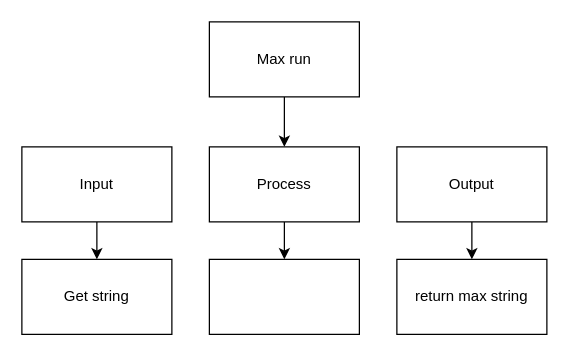
Before: top.drawio in lily-liu-17/ics4u-assignment2-typescript, a draw.io diagram. Source tidied: cells renumbered, new cells numbered last; positions are measured from the earlier drawing's top-left corner, leaving out a move shared by most shapes. Both pictures are drawn from the tidied source at 125%, with x=0, y=0 at pixel (21, 21).
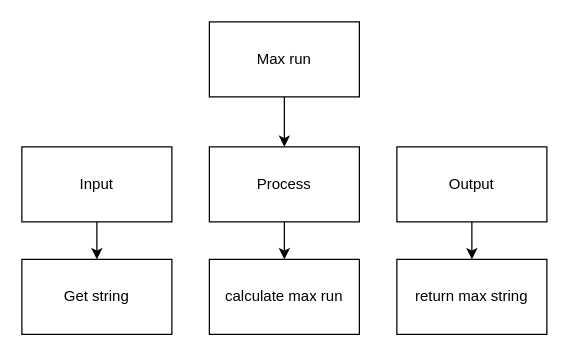
After the change.

The edit, as a diff of the source:
```diff
@@
 <mxGraphModel>
   <root>
     <mxCell id="0" />
     <mxCell id="1" parent="0" />
     <mxCell id="2" style="edgeStyle=none;html=1;" parent="1" edge="1" source="3" target="9">
       <mxGeometry relative="1" as="geometry" />
     </mxCell>
     <mxCell id="3" value="Max run" style="rounded=0;whiteSpace=wrap;html=1;" parent="1" vertex="1">
       <mxGeometry x="150" width="120" height="60" as="geometry" />
     </mxCell>
     <mxCell id="4" style="edgeStyle=none;html=1;" parent="1" edge="1" source="5" target="10">
       <mxGeometry relative="1" as="geometry" />
     </mxCell>
     <mxCell id="5" value="Input" style="rounded=0;whiteSpace=wrap;html=1;" parent="1" vertex="1">
       <mxGeometry y="100" width="120" height="60" as="geometry" />
     </mxCell>
     <mxCell id="6" style="edgeStyle=none;html=1;" parent="1" edge="1" source="7" target="11">
       <mxGeometry relative="1" as="geometry" />
     </mxCell>
     <mxCell id="7" value="Output" style="rounded=0;whiteSpace=wrap;html=1;" parent="1" vertex="1">
       <mxGeometry x="300" y="100" width="120" height="60" as="geometry" />
     </mxCell>
     <mxCell id="8" style="edgeStyle=none;html=1;" parent="1" edge="1" source="9" target="12">
       <mxGeometry relative="1" as="geometry" />
     </mxCell>
     <mxCell id="9" value="Process" style="rounded=0;whiteSpace=wrap;html=1;" parent="1" vertex="1">
       <mxGeometry x="150" y="100" width="120" height="60" as="geometry" />
     </mxCell>
     <mxCell id="10" value="Get string" style="rounded=0;whiteSpace=wrap;html=1;" parent="1" vertex="1">
       <mxGeometry y="190" width="120" height="60" as="geometry" />
     </mxCell>
     <mxCell id="11" value="return max string" style="rounded=0;whiteSpace=wrap;html=1;" parent="1" vertex="1">
       <mxGeometry x="300" y="190" width="120" height="60" as="geometry" />
     </mxCell>
-    <mxCell id="12" style="rounded=0;whiteSpace=wrap;html=1;" parent="1" vertex="1">
+    <mxCell id="12" value="calculate max run" style="rounded=0;whiteSpace=wrap;html=1;" parent="1" vertex="1">
       <mxGeometry x="150" y="190" width="120" height="60" as="geometry" />
     </mxCell>
   </root>
 </mxGraphModel>
```
